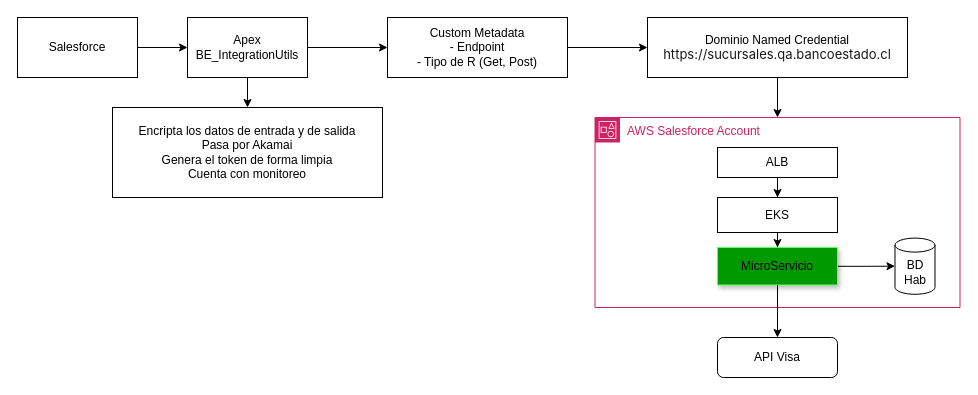
Before: Diagrama APis Arquitectura.drawio in nonate/personalProject, a draw.io diagram. Source tidied: cells renumbered, new cells numbered last; positions are measured from the earlier drawing's top-left corner, leaving out a move shared by most shapes. Both pictures are drawn from the tidied source at 100%, with x=0, y=0 at pixel (17, 17).
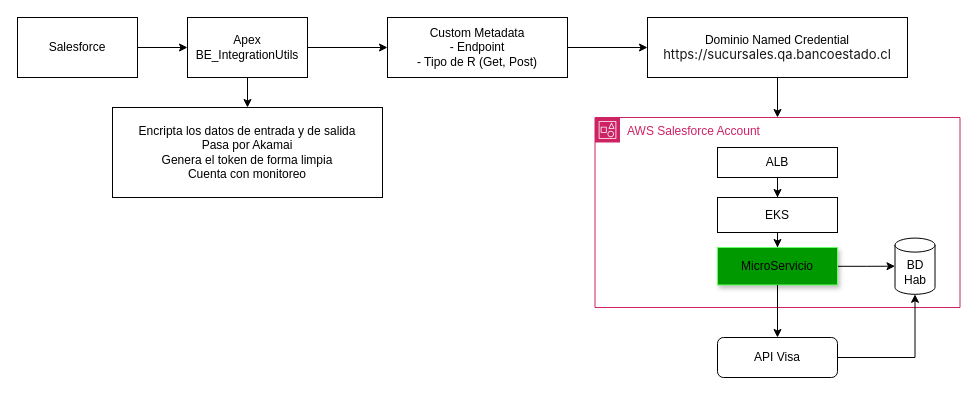
The same diagram, later.

The change refers to these unchanged cells:
```xml
<mxCell id="18" value="BD Hab" style="shape=cylinder3;whiteSpace=wrap;html=1;boundedLbl=1;backgroundOutline=1;size=7;" parent="11" vertex="1">
  <mxGeometry x="300" y="120.6" width="40" height="56.2" as="geometry" />
</mxCell>
<mxCell id="19" value="API Visa" style="rounded=1;whiteSpace=wrap;html=1;" parent="1" vertex="1">
  <mxGeometry x="700" y="320" width="120" height="40" as="geometry" />
</mxCell>
```

Diff of the diagram source:
```diff
@@
+    <mxCell id="22" style="edgeStyle=orthogonalEdgeStyle;rounded=0;jettySize=auto;html=1;" parent="1" edge="1" source="19" target="18">
+      <mxGeometry relative="1" as="geometry" />
+    </mxCell>
```
